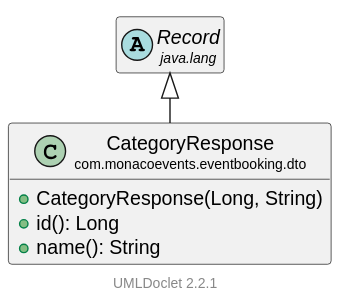
This is docs/uml/com/monacoevents/eventbooking/dto/CategoryResponse.svg from LorisDrid/event-booking-api, a PlantUML export, as it was before one commit.
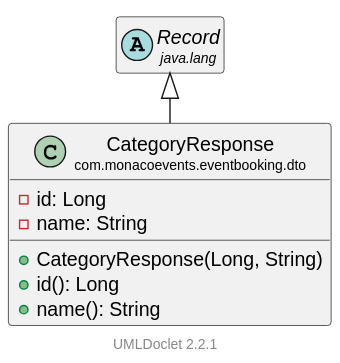
The same diagram one commit later.

Diff of the diagram source:
```diff
@@ -8,6 +8,8 @@
     hide empty methods
 
     class "<size:14>CategoryResponse\n<size:10>com.monacoevents.eventbooking.dto" as com.monacoevents.eventbooking.dto.CategoryResponse [[..\..\..\..\..\..\target\reports\apidocs\com\monacoevents\eventbooking\dto\CategoryResponse.html]] {
+        -id: Long
+        -name: String
         +CategoryResponse(Long, String)
         +id(): Long
         +name(): String
```
